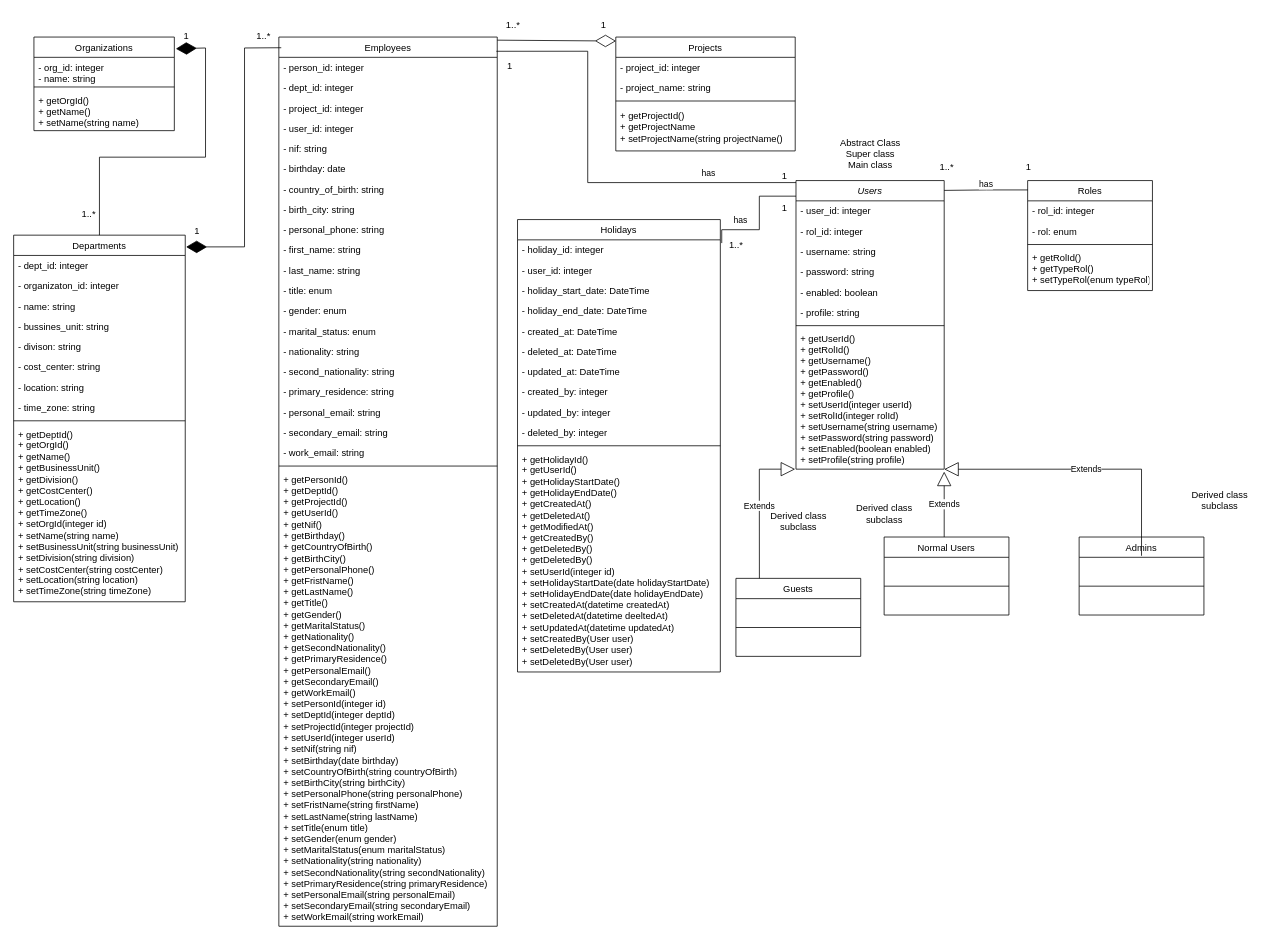
The draw.io diagram Diagramas/Diagrama-De-Clases/Diagrama_De_Clases_HolidaysApp.drawio in lhachete/Holidays-App, before the edit. Source tidied: cells renumbered, new cells numbered last; positions are measured from the earlier drawing's top-left corner, leaving out a move shared by most shapes. Both pictures are drawn from the tidied source at 78%, with x=0, y=0 at pixel (13, 13).
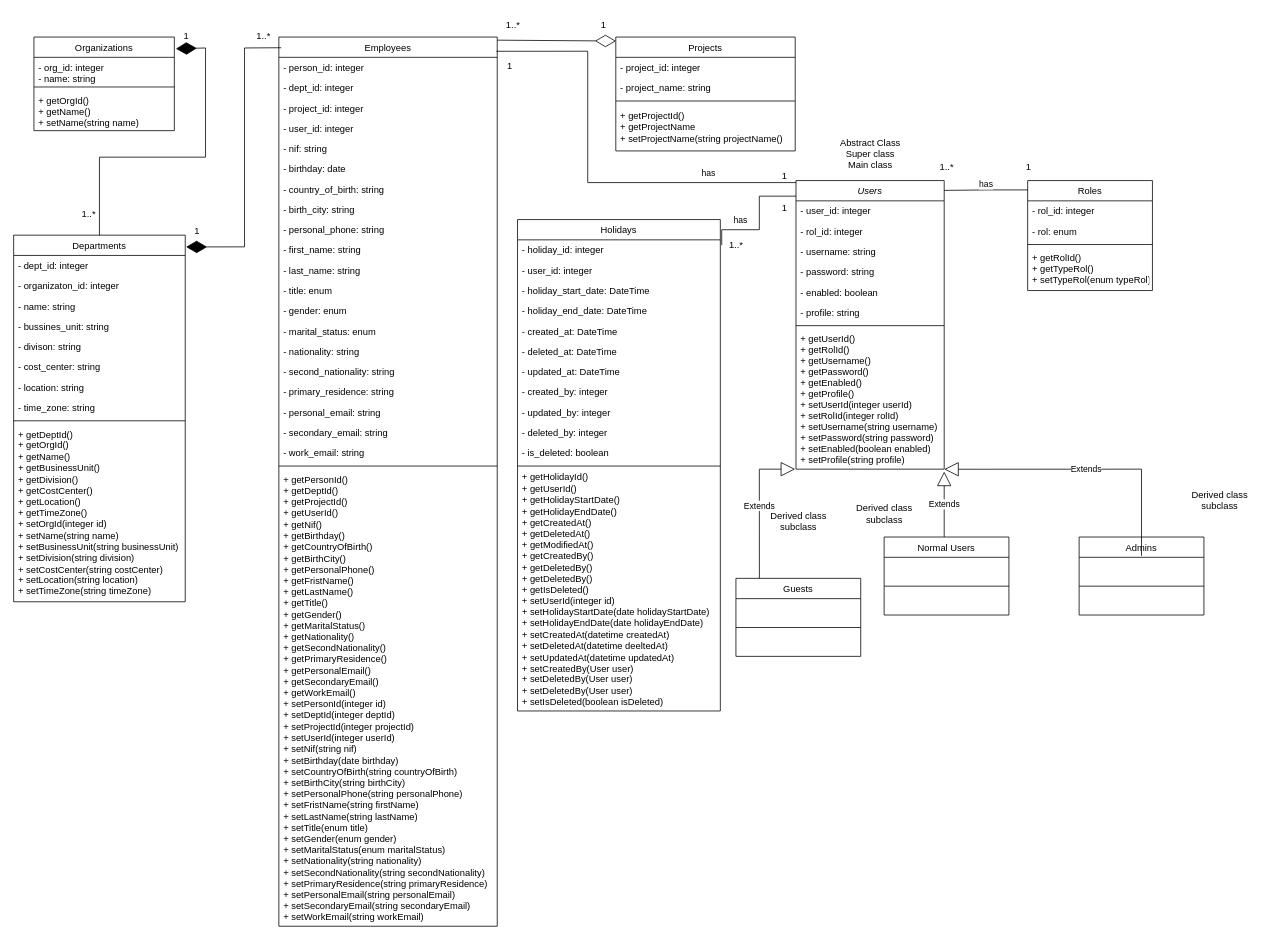
Above is the later version.

Commit message (it also covers changes not shown here):
mopdified diagrams with isDeleted

Change to the diagram source:
```diff
@@
     <mxCell id="11" value="Holidays" style="swimlane;fontStyle=0;align=center;verticalAlign=top;horizontal=1;startSize=26;rounded=0;shadow=0;strokeWidth=1;" parent="1" vertex="1">
-      <mxGeometry x="646" y="264" width="260" height="580" as="geometry" />
+      <mxGeometry x="646" y="264" width="260" height="630" as="geometry" />
     </mxCell>
@@
+    <mxCell id="106" value="- is_deleted: boolean" style="text;align=left;verticalAlign=top;spacingLeft=4;spacingRight=4;overflow=hidden;rounded=0;shadow=0;html=0;" parent="11" vertex="1">
+      <mxGeometry y="286" width="260" height="26" as="geometry" />
+    </mxCell>
     <mxCell id="22" style="line;html=1;strokeWidth=1;align=left;verticalAlign=middle;spacingTop=-1;spacingLeft=3;spacingRight=3;labelPosition=right;" parent="11" vertex="1">
-      <mxGeometry y="286" width="260" height="8" as="geometry" />
+      <mxGeometry y="312" width="260" height="8" as="geometry" />
     </mxCell>
-    <mxCell id="23" value="+ getHolidayId()&lt;div&gt;+ getUserId()&lt;br&gt;+ getHolidayStartDate()&lt;br&gt;+ getHolidayEndDate()&lt;/div&gt;&lt;div&gt;+ getCreatedAt()&lt;/div&gt;&lt;div&gt;+ getDeletedAt()&lt;/div&gt;&lt;div&gt;+ getModifiedAt()&lt;/div&gt;&lt;div&gt;+ getCreatedBy()&lt;/div&gt;&lt;div&gt;+ getDeletedBy()&lt;/div&gt;&lt;div&gt;+ getDeletedBy()&lt;br&gt;+ setUserId(integer id)&lt;br&gt;+ setHolidayStartDate(date holidayStartDate)&lt;br&gt;+ setHolidayEndDate(date holidayEndDate)&lt;/div&gt;&lt;div&gt;&lt;div&gt;+ setCreatedAt(datetime createdAt)&lt;/div&gt;&lt;div&gt;+ setDeletedAt(datetime deeltedAt)&lt;/div&gt;&lt;div&gt;+ setUpdatedAt(datetime updatedAt)&lt;/div&gt;&lt;div&gt;&lt;div&gt;+ setCreatedBy(User user)&lt;/div&gt;&lt;div&gt;+ setDeletedBy(&lt;span style=&quot;background-color: transparent; color: light-dark(rgb(0, 0, 0), rgb(255, 255, 255));&quot;&gt;User user&lt;/span&gt;&lt;span style=&quot;background-color: transparent; color: light-dark(rgb(0, 0, 0), rgb(255, 255, 255));&quot;&gt;)&lt;/span&gt;&lt;/div&gt;&lt;div&gt;+ setDeletedBy(&lt;span style=&quot;background-color: transparent; color: light-dark(rgb(0, 0, 0), rgb(255, 255, 255));&quot;&gt;User user&lt;/span&gt;&lt;span style=&quot;background-color: transparent; color: light-dark(rgb(0, 0, 0), rgb(255, 255, 255));&quot;&gt;)&lt;/span&gt;&lt;/div&gt;&lt;/div&gt;&lt;/div&gt;" style="text;align=left;verticalAlign=middle;spacingLeft=4;spacingRight=4;overflow=hidden;rounded=0;shadow=0;html=1;spacing=2;" parent="11" vertex="1">
-      <mxGeometry y="294" width="260" height="286" as="geometry" />
+    <mxCell id="23" value="+ getHolidayId()&lt;div&gt;+ getUserId()&lt;br&gt;+ getHolidayStartDate()&lt;br&gt;+ getHolidayEndDate()&lt;/div&gt;&lt;div&gt;+ getCreatedAt()&lt;/div&gt;&lt;div&gt;+ getDeletedAt()&lt;/div&gt;&lt;div&gt;+ getModifiedAt()&lt;/div&gt;&lt;div&gt;+ getCreatedBy()&lt;/div&gt;&lt;div&gt;+ getDeletedBy()&lt;/div&gt;&lt;div&gt;+ getDeletedBy()&lt;/div&gt;&lt;div&gt;+ getIsDeleted()&lt;br&gt;+ setUserId(integer id)&lt;br&gt;+ setHolidayStartDate(date holidayStartDate)&lt;br&gt;+ setHolidayEndDate(date holidayEndDate)&lt;/div&gt;&lt;div&gt;&lt;div&gt;+ setCreatedAt(datetime createdAt)&lt;/div&gt;&lt;div&gt;+ setDeletedAt(datetime deeltedAt)&lt;/div&gt;&lt;div&gt;+ setUpdatedAt(datetime updatedAt)&lt;/div&gt;&lt;div&gt;&lt;div&gt;+ setCreatedBy(User user)&lt;/div&gt;&lt;div&gt;+ setDeletedBy(&lt;span style=&quot;background-color: transparent; color: light-dark(rgb(0, 0, 0), rgb(255, 255, 255));&quot;&gt;User user&lt;/span&gt;&lt;span style=&quot;background-color: transparent; color: light-dark(rgb(0, 0, 0), rgb(255, 255, 255));&quot;&gt;)&lt;/span&gt;&lt;/div&gt;&lt;div&gt;+ setDeletedBy(&lt;span style=&quot;background-color: transparent; color: light-dark(rgb(0, 0, 0), rgb(255, 255, 255));&quot;&gt;User user&lt;/span&gt;&lt;span style=&quot;background-color: transparent; color: light-dark(rgb(0, 0, 0), rgb(255, 255, 255));&quot;&gt;)&lt;/span&gt;&lt;/div&gt;&lt;/div&gt;&lt;/div&gt;&lt;div&gt;&lt;span style=&quot;background-color: transparent; color: light-dark(rgb(0, 0, 0), rgb(255, 255, 255));&quot;&gt;+ setIsDeleted(boolean isDeleted)&lt;/span&gt;&lt;/div&gt;" style="text;align=left;verticalAlign=middle;spacingLeft=4;spacingRight=4;overflow=hidden;rounded=0;shadow=0;html=1;spacing=2;" parent="11" vertex="1">
+      <mxGeometry y="320" width="260" height="310" as="geometry" />
     </mxCell>
```
